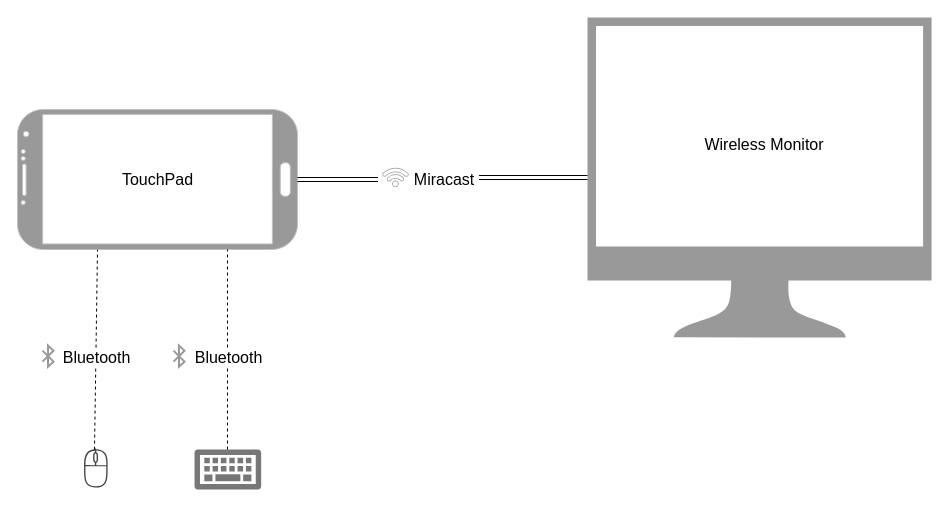
TobiasYin/ansuld keeps this draw.io diagram as uml/minal_struct_wireless.drawio. Above is the earlier version. Source tidied: cells renumbered, new cells numbered last; positions are measured from the earlier drawing's top-left corner, leaving out a move shared by most shapes. Both pictures are drawn from the tidied source at 100%, with x=0, y=0 at pixel (17, 17).
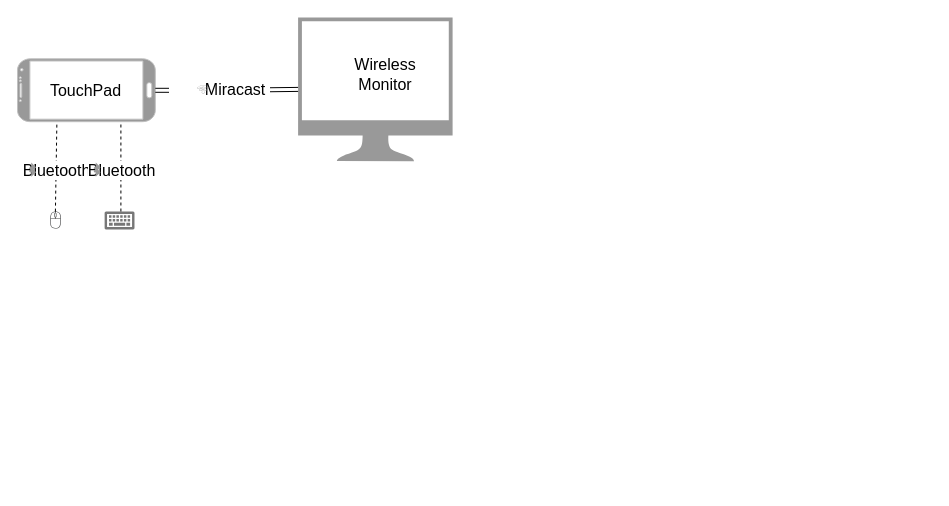
The same page after the edit.

The edit, as a diff of the source:
```diff
@@
+    <mxCell id="19" style="group;" parent="1" vertex="1">
+      <mxGeometry width="450" height="212" as="geometry" />
+    </mxCell>
-    <mxCell id="2" style="shadow=0;dashed=0;html=1;strokeColor=none;labelPosition=center;verticalLabelPosition=bottom;verticalAlign=top;align=center;outlineConnect=0;shape=mxgraph.vvd.monitor;fillColor=#999999;sketch=0;" parent="1" vertex="1">
-      <mxGeometry x="570" width="344.1" height="320" as="geometry" />
+    <mxCell id="2" style="shadow=0;dashed=0;html=1;strokeColor=none;labelPosition=center;verticalLabelPosition=bottom;verticalAlign=top;align=center;outlineConnect=0;shape=mxgraph.vvd.monitor;fillColor=#999999;sketch=0;" parent="19" vertex="1">
+      <mxGeometry x="280.6" width="154.5" height="143.7" as="geometry" />
     </mxCell>
-    <mxCell id="3" style="group;sketch=0;" parent="1" vertex="1">
-      <mxGeometry y="92" width="280" height="140" as="geometry" />
+    <mxCell id="3" style="group;sketch=0;" parent="19" vertex="1">
+      <mxGeometry y="41.3" width="137.8" height="62.9" as="geometry" />
     </mxCell>
     <mxCell id="4" style="verticalLabelPosition=bottom;verticalAlign=top;html=1;shadow=0;dashed=0;strokeWidth=1;shape=mxgraph.android.phone2;strokeColor=#c0c0c0;direction=north;fillColor=#999999;" parent="3" vertex="1">
-      <mxGeometry width="280" height="140" as="geometry" />
+      <mxGeometry width="137.8" height="62.9" as="geometry" />
     </mxCell>
     <mxCell id="5" value="&lt;font style=&quot;font-size: 16px&quot;&gt;TouchPad&lt;/font&gt;" style="text;html=1;strokeColor=none;fillColor=none;align=center;verticalAlign=middle;whiteSpace=wrap;rounded=0;" parent="3" vertex="1">
-      <mxGeometry x="122.5" y="61.2" width="35" height="17.5" as="geometry" />
+      <mxGeometry x="60.3" y="27.5" width="17.2" height="7.9" as="geometry" />
     </mxCell>
-    <mxCell id="6" style="edgeStyle=orthogonalEdgeStyle;shape=link;rounded=0;jettySize=auto;html=1;strokeWidth=1;" parent="1" edge="1" source="4" target="2">
+    <mxCell id="6" style="edgeStyle=orthogonalEdgeStyle;shape=link;rounded=0;jettySize=auto;html=1;strokeWidth=1;" parent="19" edge="1" source="4" target="2">
       <mxGeometry relative="1" as="geometry" />
     </mxCell>
@@
-    <mxCell id="8" style="shadow=0;dashed=0;html=1;strokeColor=none;fillColor=#434445;labelPosition=center;verticalLabelPosition=bottom;verticalAlign=top;align=center;shape=mxgraph.vvd.mouse;" parent="1" vertex="1">
-      <mxGeometry x="66" y="420" width="24.5" height="50" as="geometry" />
+    <mxCell id="8" style="shadow=0;dashed=0;html=1;strokeColor=none;fillColor=#434445;labelPosition=center;verticalLabelPosition=bottom;verticalAlign=top;align=center;shape=mxgraph.vvd.mouse;" parent="19" vertex="1">
+      <mxGeometry x="32.5" y="188.6" width="11" height="22.5" as="geometry" />
     </mxCell>
-    <mxCell id="9" style="shadow=0;dashed=0;html=1;strokeColor=none;labelPosition=center;verticalLabelPosition=bottom;verticalAlign=top;align=center;shape=mxgraph.mscae.enterprise.keyboard;fillColor=#777777;" parent="1" vertex="1">
-      <mxGeometry x="177" y="432" width="66.7" height="40" as="geometry" />
+    <mxCell id="9" style="shadow=0;dashed=0;html=1;strokeColor=none;labelPosition=center;verticalLabelPosition=bottom;verticalAlign=top;align=center;shape=mxgraph.mscae.enterprise.keyboard;fillColor=#777777;" parent="19" vertex="1">
+      <mxGeometry x="87.1" y="194" width="29.9" height="18" as="geometry" />
     </mxCell>
-    <mxCell id="10" value="&lt;font style=&quot;font-size: 16px&quot;&gt;Wireless Monitor&lt;/font&gt;" style="text;html=1;strokeColor=none;fillColor=none;align=center;verticalAlign=middle;whiteSpace=wrap;rounded=0;" parent="1" vertex="1">
-      <mxGeometry x="686" y="102" width="122" height="50" as="geometry" />
+    <mxCell id="10" value="&lt;font style=&quot;font-size: 16px&quot;&gt;Wireless Monitor&lt;/font&gt;" style="text;html=1;strokeColor=none;fillColor=none;align=center;verticalAlign=middle;whiteSpace=wrap;rounded=0;" parent="19" vertex="1">
+      <mxGeometry x="337.7" y="45.8" width="60" height="22.5" as="geometry" />
     </mxCell>
-    <mxCell id="11" style="rounded=0;whiteSpace=wrap;html=1;sketch=0;fillColor=#FFFFFF;strokeColor=none;" parent="1" vertex="1">
-      <mxGeometry x="36" y="371" width="120" height="60" as="geometry" />
+    <mxCell id="11" style="rounded=0;whiteSpace=wrap;html=1;sketch=0;fillColor=#FFFFFF;strokeColor=none;" parent="19" vertex="1">
+      <mxGeometry x="17.7" y="166.6" width="59.1" height="26.9" as="geometry" />
     </mxCell>
-    <mxCell id="12" style="endArrow=none;html=1;strokeWidth=1;exitX=0.347;exitY=1.019;exitDx=0;exitDy=0;exitPerimeter=0;dashed=1;entryX=-0.002;entryY=0.275;entryDx=0;entryDy=0;entryPerimeter=0;" parent="1" edge="1">
+    <mxCell id="12" style="endArrow=none;html=1;strokeWidth=1;exitX=0.347;exitY=1.019;exitDx=0;exitDy=0;exitPerimeter=0;dashed=1;entryX=-0.002;entryY=0.275;entryDx=0;entryDy=0;entryPerimeter=0;" parent="19" edge="1">
       <mxGeometry relative="1" as="geometry">
-        <mxPoint x="77" y="432.1" as="sourcePoint" />
-        <mxPoint x="80" y="232.3" as="targetPoint" />
+        <mxPoint x="37.9" y="194.1" as="sourcePoint" />
+        <mxPoint x="39.4" y="104.3" as="targetPoint" />
       </mxGeometry>
     </mxCell>
@@
-    <mxCell id="14" style="endArrow=none;html=1;strokeWidth=1;exitX=0.347;exitY=1.019;exitDx=0;exitDy=0;exitPerimeter=0;dashed=1;" parent="1" edge="1">
+    <mxCell id="14" style="endArrow=none;html=1;strokeWidth=1;exitX=0.347;exitY=1.019;exitDx=0;exitDy=0;exitPerimeter=0;dashed=1;" parent="19" edge="1">
       <mxGeometry relative="1" as="geometry">
-        <mxPoint x="210" y="432" as="sourcePoint" />
-        <mxPoint x="210" y="232" as="targetPoint" />
+        <mxPoint x="103.4" y="194" as="sourcePoint" />
+        <mxPoint x="103.4" y="104.2" as="targetPoint" />
       </mxGeometry>
     </mxCell>
@@
-    <mxCell id="16" style="shadow=0;dashed=0;html=1;strokeColor=none;labelPosition=center;verticalLabelPosition=bottom;verticalAlign=top;align=center;shape=mxgraph.vvd.wi_fi;sketch=0;fillColor=#999999;rotation=-45;" parent="1" vertex="1">
-      <mxGeometry x="368" y="147" width="20" height="20" as="geometry" />
+    <mxCell id="16" style="shadow=0;dashed=0;html=1;strokeColor=none;labelPosition=center;verticalLabelPosition=bottom;verticalAlign=top;align=center;shape=mxgraph.vvd.wi_fi;sketch=0;fillColor=#999999;rotation=-45;" parent="19" vertex="1">
+      <mxGeometry x="181.2" y="66" width="9" height="9" as="geometry" />
     </mxCell>
-    <mxCell id="17" style="html=1;verticalLabelPosition=bottom;align=center;labelBackgroundColor=#ffffff;verticalAlign=top;strokeWidth=2;shadow=0;dashed=0;shape=mxgraph.ios7.icons.bluetooth;sketch=0;fillColor=#999999;strokeColor=#999999;" parent="1" vertex="1">
-      <mxGeometry x="156" y="328.1" width="11" height="21.1" as="geometry" />
+    <mxCell id="17" style="html=1;verticalLabelPosition=bottom;align=center;labelBackgroundColor=#ffffff;verticalAlign=top;strokeWidth=2;shadow=0;dashed=0;shape=mxgraph.ios7.icons.bluetooth;sketch=0;fillColor=#999999;strokeColor=#999999;" parent="19" vertex="1">
+      <mxGeometry x="76.8" y="147.4" width="4.9" height="9.5" as="geometry" />
     </mxCell>
-    <mxCell id="18" style="html=1;verticalLabelPosition=bottom;align=center;labelBackgroundColor=#ffffff;verticalAlign=top;strokeWidth=2;shadow=0;dashed=0;shape=mxgraph.ios7.icons.bluetooth;sketch=0;fillColor=#999999;strokeColor=#999999;" parent="1" vertex="1">
-      <mxGeometry x="25" y="328.1" width="11" height="21.1" as="geometry" />
+    <mxCell id="18" style="html=1;verticalLabelPosition=bottom;align=center;labelBackgroundColor=#ffffff;verticalAlign=top;strokeWidth=2;shadow=0;dashed=0;shape=mxgraph.ios7.icons.bluetooth;sketch=0;fillColor=#999999;strokeColor=#999999;" parent="19" vertex="1">
+      <mxGeometry x="12.3" y="147.4" width="4.9" height="9.5" as="geometry" />
     </mxCell>
```
